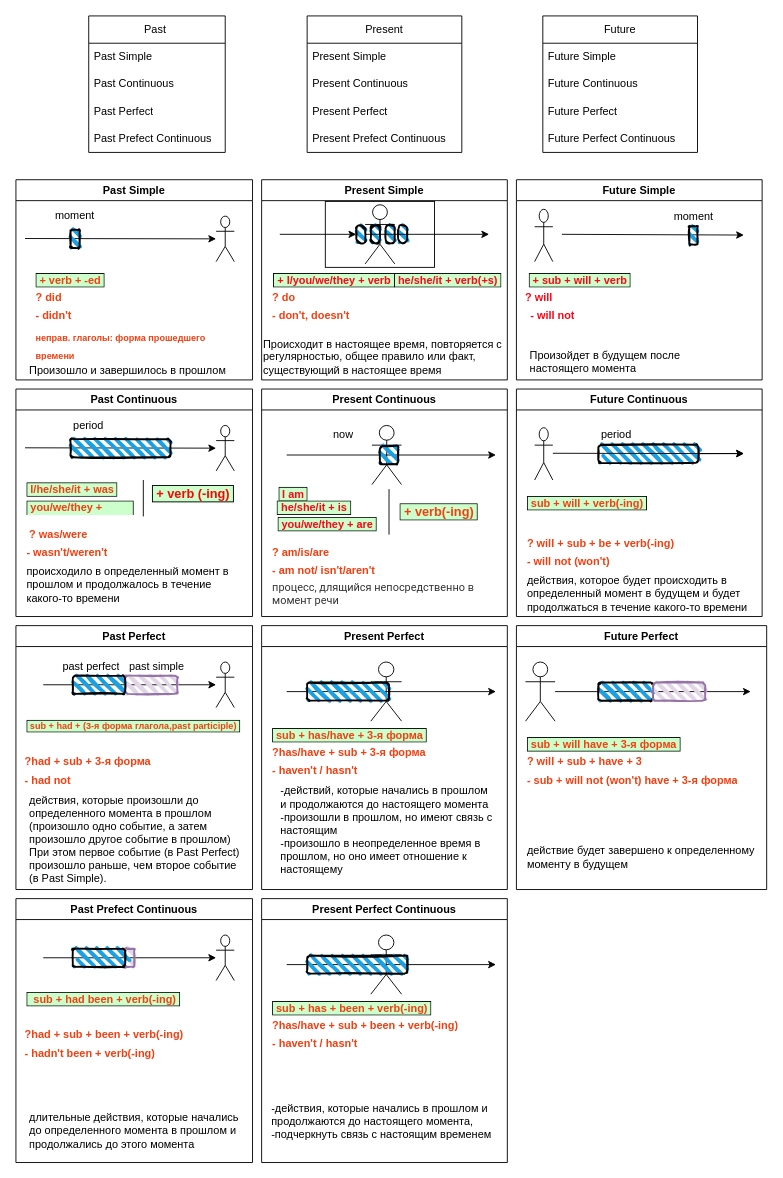
This is Времена в английском.drawio from FeraVerto/english, a draw.io file, before an edit. Source tidied: cells renumbered, new cells numbered last; positions are measured from the earlier drawing's top-left corner, leaving out a move shared by most shapes. Both pictures are drawn from the tidied source at 91%, with x=0, y=0 at pixel (15, 15).
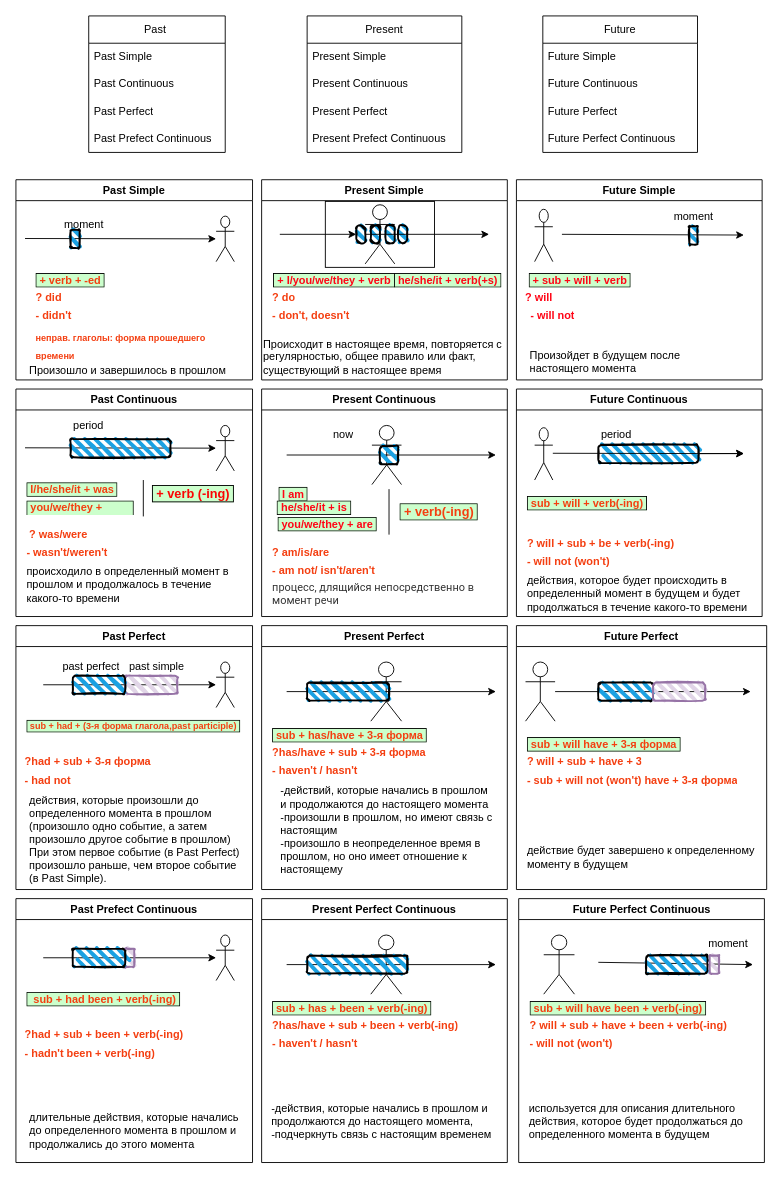
Above is the later version.

Commit message:
Future Perfect Continuous

Unchanged cells that the change refers to:
```xml
<mxCell id="17" value="Past Simple" style="swimlane;whiteSpace=wrap;html=1;" parent="1" vertex="1">
  <mxGeometry y="180" width="260" height="220" as="geometry" />
</mxCell>
```

The edit, as a diff of the source:
```diff
@@
-    <mxCell id="24" value="moment" style="text;html=1;strokeColor=none;fillColor=none;align=center;verticalAlign=middle;whiteSpace=wrap;overflow=hidden;" parent="17" vertex="1">
-      <mxGeometry x="25" y="30" width="80" height="20" as="geometry" />
-    </mxCell>
@@
+    <mxCell id="130" value="Future Perfect Continuous" style="swimlane;whiteSpace=wrap;html=1;" parent="1" vertex="1">
+      <mxGeometry x="552.5" y="970" width="270" height="290" as="geometry" />
+    </mxCell>
+    <mxCell id="131" style="shape=umlActor;verticalLabelPosition=bottom;verticalAlign=top;html=1;" parent="130" vertex="1">
+      <mxGeometry x="27.5" y="40" width="33.8" height="65" as="geometry" />
+    </mxCell>
+    <mxCell id="132" style="endArrow=classic;html=1;rounded=0;" parent="130" edge="1">
+      <mxGeometry relative="1" as="geometry">
+        <mxPoint x="87.5" y="70" as="sourcePoint" />
+        <mxPoint x="257.5" y="72.5" as="targetPoint" />
+      </mxGeometry>
+    </mxCell>
+    <mxCell id="133" value="&lt;div style=&quot;text-align: left;&quot;&gt;используется для описания длительного действия, которое будет продолжаться до определенного момента в будущем&lt;br&gt;&lt;/div&gt;" style="text;html=1;strokeColor=none;fillColor=none;align=center;verticalAlign=middle;whiteSpace=wrap;overflow=hidden;" parent="130" vertex="1">
+      <mxGeometry x="10" y="210" width="245" height="70" as="geometry" />
+    </mxCell>
+    <mxCell id="134" value="&amp;nbsp;sub +&amp;nbsp;will have been&amp;nbsp;+ verb(-ing)&amp;nbsp;" style="text;html=1;strokeColor=none;fillColor=none;align=left;verticalAlign=middle;whiteSpace=wrap;overflow=hidden;fontStyle=1;fontColor=#f43e10;fontSize=12;labelBackgroundColor=#CCFFCC;labelBorderColor=default;" parent="130" vertex="1">
+      <mxGeometry x="10" y="110" width="210" height="20" as="geometry" />
+    </mxCell>
+    <mxCell id="135" value="? will + sub + have + been + verb(-ing)" style="text;html=1;strokeColor=none;fillColor=none;align=left;verticalAlign=middle;whiteSpace=wrap;overflow=hidden;fontStyle=1;fontColor=#f43e10;fontSize=12;" parent="130" vertex="1">
+      <mxGeometry x="10" y="130" width="230" height="20" as="geometry" />
+    </mxCell>
+    <mxCell id="136" value="- will not (won't)" style="text;html=1;strokeColor=none;fillColor=none;align=left;verticalAlign=middle;whiteSpace=wrap;overflow=hidden;fontStyle=1;fontColor=#f43e10;fontSize=12;" parent="130" vertex="1">
+      <mxGeometry x="10" y="150" width="120" height="20" as="geometry" />
+    </mxCell>
+    <mxCell id="137" style="rounded=1;whiteSpace=wrap;html=1;strokeWidth=2;fillWeight=4;hachureGap=8;hachureAngle=45;fillColor=#1ba1e2;sketch=1;" parent="130" vertex="1">
+      <mxGeometry x="140" y="62.5" width="67.5" height="20" as="geometry" />
+    </mxCell>
+    <mxCell id="138" style="rounded=1;whiteSpace=wrap;html=1;strokeWidth=2;fillWeight=4;hachureGap=8;hachureAngle=45;fillColor=#e1d5e7;sketch=1;strokeColor=#9673a6;" parent="130" vertex="1">
+      <mxGeometry x="210" y="62.5" width="10" height="20" as="geometry" />
+    </mxCell>
+    <mxCell id="24" value="moment" style="text;html=1;strokeColor=none;fillColor=none;align=center;verticalAlign=middle;whiteSpace=wrap;overflow=hidden;" parent="130" vertex="1">
+      <mxGeometry x="190" y="40" width="80" height="20" as="geometry" />
+    </mxCell>
+    <mxCell id="139" value="moment" style="text;html=1;strokeColor=none;fillColor=none;align=center;verticalAlign=middle;whiteSpace=wrap;overflow=hidden;" parent="1" vertex="1">
+      <mxGeometry x="35" y="220" width="80" height="20" as="geometry" />
+    </mxCell>
```
